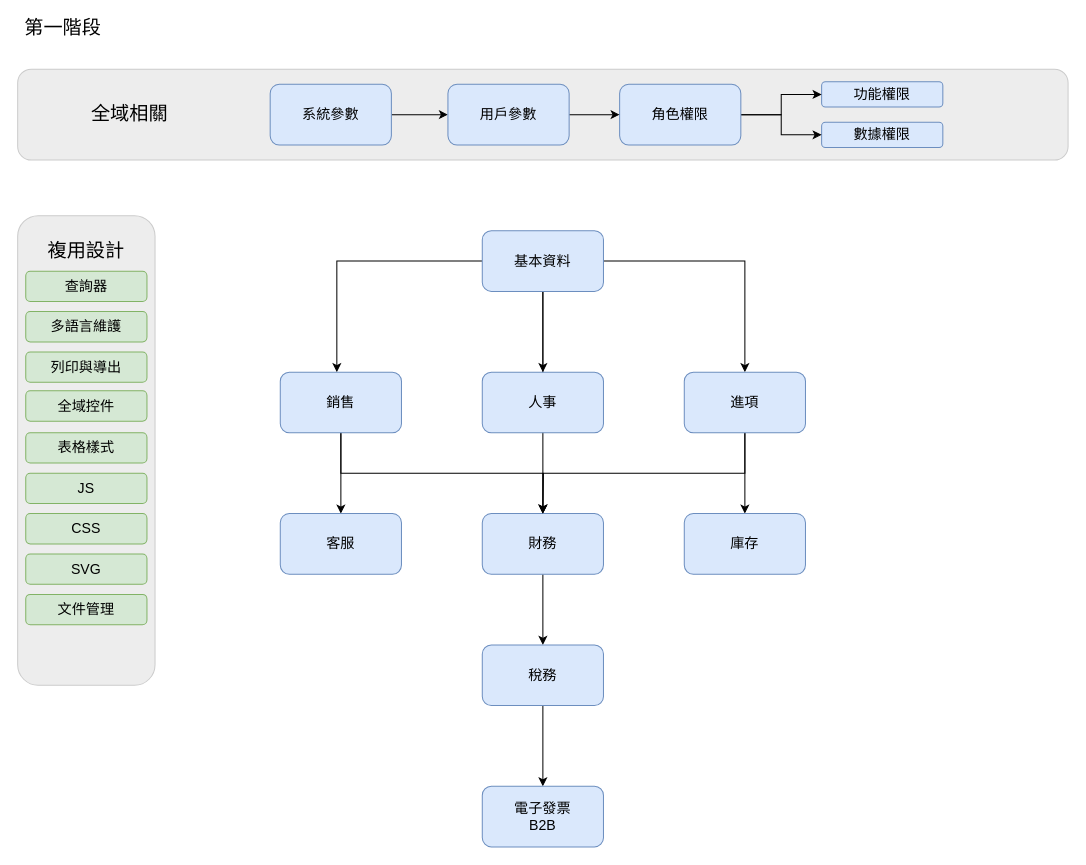
The draw.io diagram fPlus_topModule.drawio in frglobal/documents, before the edit. Source tidied: cells renumbered, new cells numbered last; positions are measured from the earlier drawing's top-left corner, leaving out a move shared by most shapes. Both pictures are drawn from the tidied source at 101%, with x=0, y=0 at pixel (17, 18).
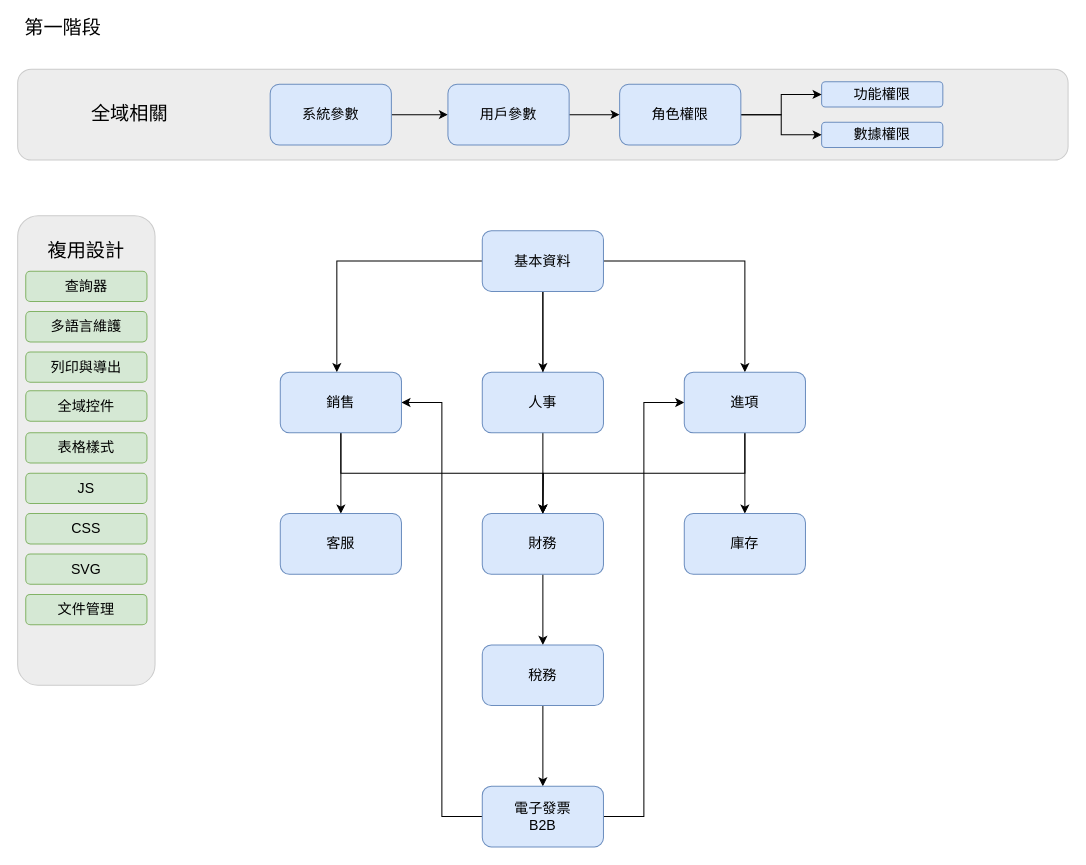
The same diagram, later.

Unchanged cells that the change refers to:
```xml
<mxCell id="13" value="電子發票&lt;br&gt;B2B" style="rounded=1;whiteSpace=wrap;html=1;fillColor=#dae8fc;strokeColor=#6c8ebf;fontFamily=Noto Sans TC;fontSize=14;" parent="1" vertex="1">
  <mxGeometry x="460" y="760" width="120" height="60" as="geometry" />
</mxCell>
<mxCell id="16" value="進項" style="rounded=1;whiteSpace=wrap;html=1;fillColor=#dae8fc;strokeColor=#6c8ebf;fontFamily=Noto Sans TC;fontSize=14;" parent="1" vertex="1">
  <mxGeometry x="660" y="350" width="120" height="60" as="geometry" />
</mxCell>
<mxCell id="20" value="銷售" style="rounded=1;whiteSpace=wrap;html=1;fillColor=#dae8fc;strokeColor=#6c8ebf;fontFamily=Noto Sans TC;fontSize=14;" parent="1" vertex="1">
  <mxGeometry x="260" y="350" width="120" height="60" as="geometry" />
</mxCell>
```

The edit, as a diff of the source:
```diff
@@
+    <mxCell id="45" style="edgeStyle=orthogonalEdgeStyle;rounded=0;jettySize=auto;html=1;entryX=1;entryY=0.5;entryDx=0;entryDy=0;" parent="1" edge="1" source="13" target="20">
+      <mxGeometry relative="1" as="geometry" />
+    </mxCell>
+    <mxCell id="46" style="edgeStyle=orthogonalEdgeStyle;rounded=0;jettySize=auto;html=1;entryX=0;entryY=0.5;entryDx=0;entryDy=0;" parent="1" edge="1" source="13" target="16">
+      <mxGeometry relative="1" as="geometry" />
+    </mxCell>
```
